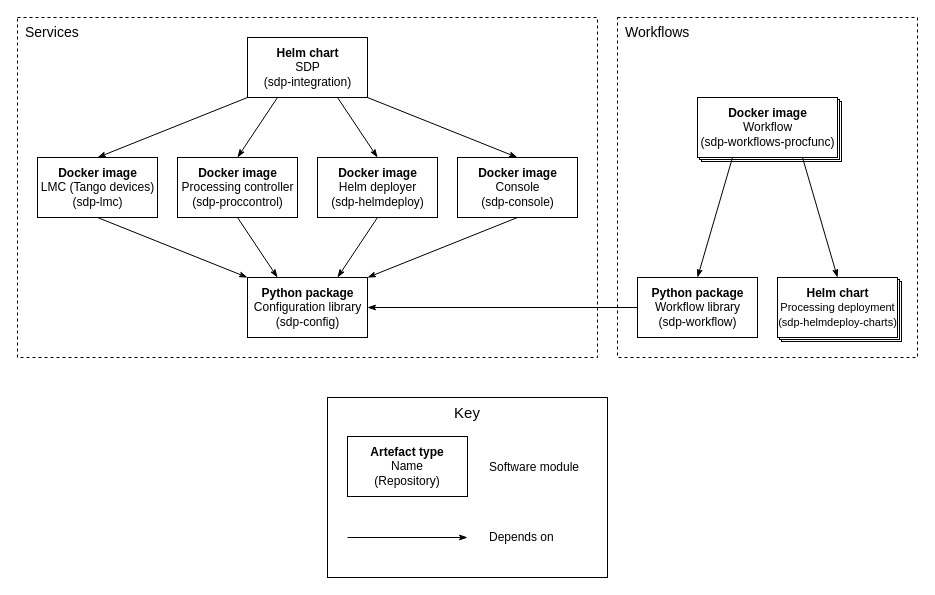
The draw.io diagram docs/src/images/sdp_modules.drawio in ska-telescope/sdp-integration, before the edit. Source tidied: cells renumbered, new cells numbered last; positions are measured from the earlier drawing's top-left corner, leaving out a move shared by most shapes. Both pictures are drawn from the tidied source at 100%, with x=0, y=0 at pixel (17, 17).
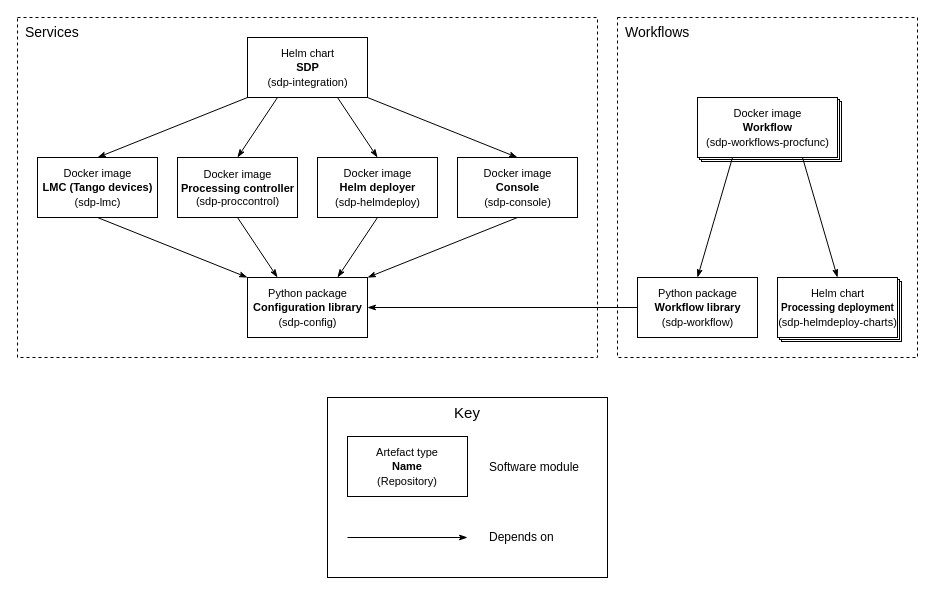
The same page after the edit.

Commit message (it also covers changes not shown here):
Update module diagram

Unchanged cells that the change refers to:
```xml
<mxCell id="28" style="group;" parent="1" vertex="1">
  <mxGeometry x="310" y="380" width="280" height="180" as="geometry" />
</mxCell>
```

Diff of the diagram source:
```diff
@@
-    <mxCell id="16" value="&lt;b&gt;Helm chart&lt;br&gt;&lt;/b&gt;SDP&lt;br&gt;(sdp-integration)" style="html=1;" parent="1" vertex="1">
+    <mxCell id="16" value="&lt;font style=&quot;font-size: 11px&quot;&gt;Helm chart&lt;br&gt;&lt;b&gt;SDP&lt;/b&gt;&lt;br&gt;(sdp-integration)&lt;/font&gt;" style="html=1;" parent="1" vertex="1">
       <mxGeometry x="230" y="20" width="120" height="60" as="geometry" />
     </mxCell>
-    <mxCell id="17" value="&lt;b&gt;Docker image&lt;/b&gt;&lt;br&gt;LMC (Tango devices)&lt;br&gt;(sdp-lmc)" style="html=1;" parent="1" vertex="1">
+    <mxCell id="17" value="&lt;font style=&quot;font-size: 11px&quot;&gt;Docker image&lt;br&gt;&lt;/font&gt;&lt;b style=&quot;font-size: 11px&quot;&gt;LMC (Tango devices)&lt;br&gt;&lt;/b&gt;&lt;font style=&quot;font-size: 11px&quot;&gt;(sdp-lmc)&lt;/font&gt;" style="html=1;" parent="1" vertex="1">
       <mxGeometry x="20" y="140" width="120" height="60" as="geometry" />
     </mxCell>
-    <mxCell id="18" value="&lt;font style=&quot;font-size: 12px&quot;&gt;&lt;b&gt;Docker image&lt;/b&gt;&lt;br&gt;&lt;/font&gt;&lt;div&gt;&lt;font style=&quot;font-size: 12px&quot;&gt;Processing controller&lt;/font&gt;&lt;/div&gt;&lt;div&gt;&lt;font style=&quot;font-size: 12px&quot;&gt;(sdp-proccontrol)&lt;/font&gt;&lt;br&gt;&lt;/div&gt;" style="html=1;" parent="1" vertex="1">
+    <mxCell id="18" value="&lt;font style=&quot;font-size: 11px&quot;&gt;Docker image&lt;br&gt;&lt;/font&gt;&lt;div style=&quot;font-size: 11px&quot;&gt;&lt;font style=&quot;font-size: 11px&quot;&gt;&lt;b&gt;Processing controller&lt;/b&gt;&lt;/font&gt;&lt;/div&gt;&lt;div style=&quot;font-size: 11px&quot;&gt;&lt;font style=&quot;font-size: 11px&quot;&gt;(sdp-proccontrol)&lt;/font&gt;&lt;br&gt;&lt;/div&gt;" style="html=1;" parent="1" vertex="1">
       <mxGeometry x="160" y="140" width="120" height="60" as="geometry" />
     </mxCell>
-    <mxCell id="19" value="&lt;b&gt;Python package&lt;br&gt;&lt;/b&gt;Configuration library&lt;br&gt;(sdp-config)" style="html=1;" parent="1" vertex="1">
+    <mxCell id="19" value="&lt;font style=&quot;font-size: 11px&quot;&gt;Python package&lt;br&gt;&lt;/font&gt;&lt;b&gt;&lt;font style=&quot;font-size: 11px&quot;&gt;Configuration library&lt;/font&gt;&lt;/b&gt;&lt;br&gt;&lt;font style=&quot;font-size: 11px&quot;&gt;(sdp-config)&lt;/font&gt;" style="html=1;" parent="1" vertex="1">
       <mxGeometry x="230" y="260" width="120" height="60" as="geometry" />
     </mxCell>
-    <mxCell id="20" value="&lt;b&gt;Docker image&lt;/b&gt;&lt;br&gt;Helm deployer&lt;br&gt;(sdp-helmdeploy)" style="html=1;" parent="1" vertex="1">
+    <mxCell id="20" value="&lt;font style=&quot;font-size: 11px&quot;&gt;Docker image&lt;br&gt;&lt;b&gt;Helm deployer&lt;/b&gt;&lt;br&gt;(sdp-helmdeploy)&lt;/font&gt;" style="html=1;" parent="1" vertex="1">
       <mxGeometry x="300" y="140" width="120" height="60" as="geometry" />
     </mxCell>
-    <mxCell id="21" value="&lt;b&gt;Docker image&lt;/b&gt;&lt;br&gt;&lt;div&gt;Console&lt;/div&gt;&lt;div&gt;(sdp-console)&lt;/div&gt;" style="html=1;" parent="1" vertex="1">
+    <mxCell id="21" value="&lt;span style=&quot;font-size: 11px&quot;&gt;Docker image&lt;br&gt;&lt;b&gt;Console&lt;/b&gt;&lt;br&gt;(sdp-console)&lt;br&gt;&lt;/span&gt;" style="html=1;" parent="1" vertex="1">
       <mxGeometry x="440" y="140" width="120" height="60" as="geometry" />
     </mxCell>
@@
-    <mxCell id="23" value="&lt;b&gt;Python package&lt;br&gt;&lt;/b&gt;Workflow library&lt;br&gt;(sdp-workflow)" style="html=1;" parent="1" vertex="1">
+    <mxCell id="23" value="&lt;font style=&quot;font-size: 11px&quot;&gt;Python package&lt;br&gt;&lt;b&gt;Workflow library&lt;br&gt;&lt;/b&gt;(sdp-workflow)&lt;/font&gt;" style="html=1;" parent="1" vertex="1">
       <mxGeometry x="620" y="260" width="120" height="60" as="geometry" />
     </mxCell>
@@
-    <mxCell id="26" value="&lt;b&gt;Docker image&lt;br&gt;&lt;/b&gt;Workflow&lt;br&gt;&lt;font style=&quot;font-size: 12px&quot;&gt;&lt;font style=&quot;font-size: 12px&quot;&gt;(&lt;/font&gt;&lt;font style=&quot;font-size: 12px&quot;&gt;sdp-workflows-procfunc)&lt;/font&gt;&lt;/font&gt;" style="html=1;" parent="1" vertex="1">
+    <mxCell id="26" value="&lt;font style=&quot;font-size: 11px&quot;&gt;Docker image&lt;br&gt;&lt;b&gt;Workflow&lt;/b&gt;&lt;br&gt;&lt;font style=&quot;font-size: 11px&quot;&gt;&lt;font style=&quot;font-size: 11px&quot;&gt;(&lt;/font&gt;&lt;font style=&quot;font-size: 11px&quot;&gt;sdp-workflows-procfunc)&lt;/font&gt;&lt;/font&gt;&lt;/font&gt;" style="html=1;" parent="1" vertex="1">
       <mxGeometry x="680" y="80" width="140" height="60" as="geometry" />
     </mxCell>
-    <mxCell id="27" value="&lt;b&gt;Helm chart&lt;/b&gt;&lt;br&gt;&lt;font style=&quot;font-size: 11px&quot;&gt;Processing deployment&lt;br&gt;&lt;/font&gt;&lt;font style=&quot;font-size: 11px&quot;&gt;(sdp-helmdeploy-charts)&lt;/font&gt;" style="html=1;" parent="1" vertex="1">
+    <mxCell id="27" value="&lt;font style=&quot;font-size: 11px&quot;&gt;Helm chart&lt;br&gt;&lt;/font&gt;&lt;font style=&quot;font-size: 10px&quot;&gt;&lt;b&gt;Processing deployment&lt;br&gt;&lt;/b&gt;&lt;/font&gt;&lt;font style=&quot;font-size: 11px&quot;&gt;(sdp-helmdeploy-charts)&lt;/font&gt;" style="html=1;" parent="1" vertex="1">
       <mxGeometry x="760" y="260" width="120" height="60" as="geometry" />
     </mxCell>
@@
-    <mxCell id="30" value="&lt;b&gt;Artefact type&lt;/b&gt;&lt;br&gt;Name&lt;br&gt;(Repository)" style="rounded=0;whiteSpace=wrap;html=1;" parent="28" vertex="1">
+    <mxCell id="30" value="&lt;font style=&quot;font-size: 11px&quot;&gt;Artefact type&lt;br&gt;&lt;b&gt;Name&lt;/b&gt;&lt;br&gt;(Repository)&lt;/font&gt;" style="rounded=0;whiteSpace=wrap;html=1;" parent="28" vertex="1">
       <mxGeometry x="20" y="39" width="120" height="60" as="geometry" />
     </mxCell>
```
